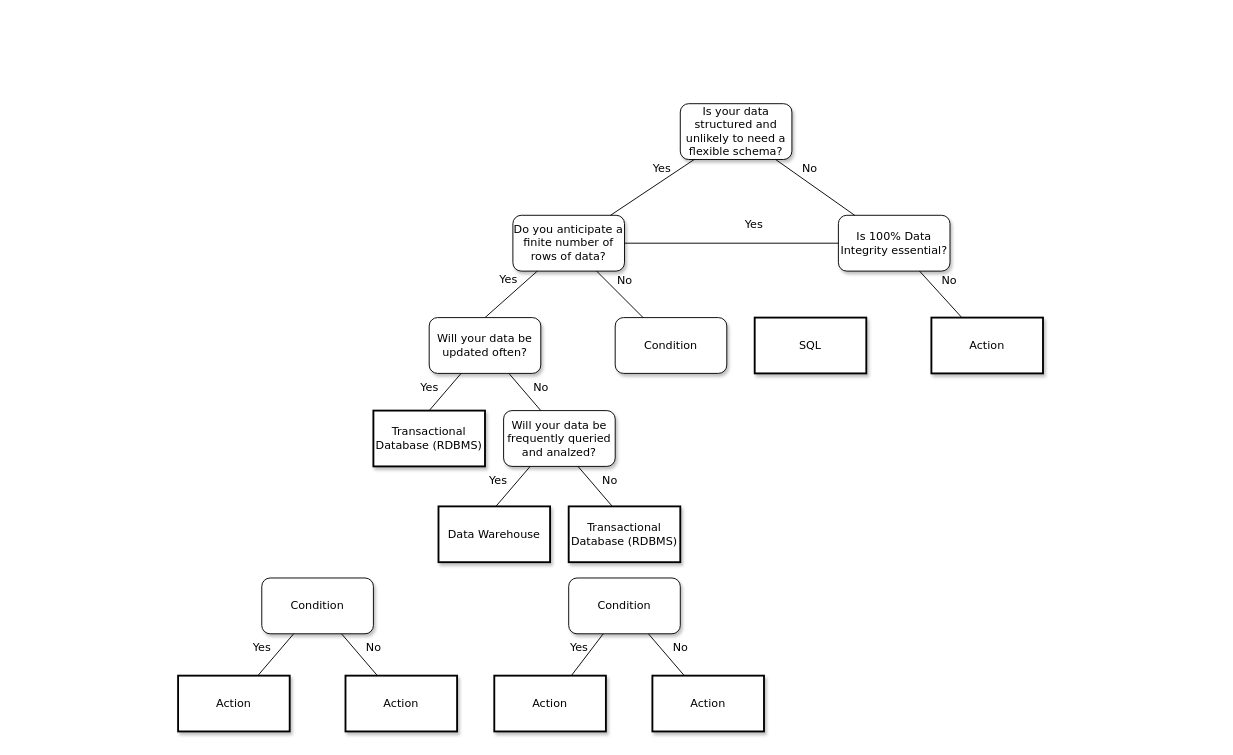
This is Greer_SQL_NoSQL.drawio from greermp/7212, a draw.io file, before an edit. Source tidied: cells renumbered, new cells numbered last; positions are measured from the earlier drawing's top-left corner, leaving out a move shared by most shapes. Both pictures are drawn from the tidied source at 93%, with x=0, y=0 at pixel (178, 103).
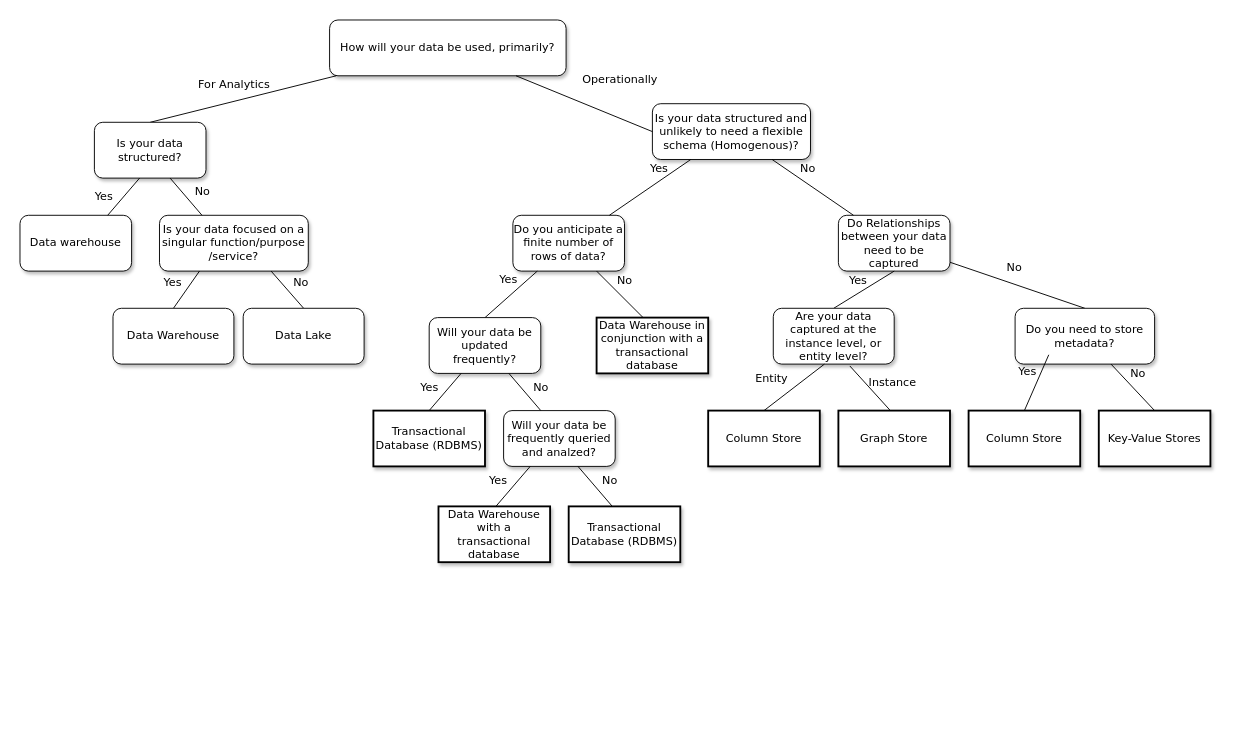
After the change.

Unchanged cells that the change refers to:
```xml
<mxCell id="3" value="&lt;span&gt;Do you anticipate a finite number of rows of data?&lt;/span&gt;" style="whiteSpace=wrap;html=1;rounded=1;shadow=1;labelBackgroundColor=none;strokeWidth=1;fontFamily=Verdana;fontSize=12;align=center;" parent="1" vertex="1">
  <mxGeometry x="360" y="120" width="120" height="60" as="geometry" />
</mxCell>
```

Diff of the diagram source:
```diff
@@
-    <mxCell id="2" value="Is your data structured and unlikely to need a flexible schema?" style="whiteSpace=wrap;html=1;rounded=1;shadow=1;labelBackgroundColor=none;strokeWidth=1;fontFamily=Verdana;fontSize=12;align=center;" parent="1" vertex="1">
-      <mxGeometry x="540" width="120" height="60" as="geometry" />
+    <mxCell id="2" value="Is your data structured and unlikely to need a flexible schema (Homogenous)?" style="whiteSpace=wrap;html=1;rounded=1;shadow=1;labelBackgroundColor=none;strokeWidth=1;fontFamily=Verdana;fontSize=12;align=center;" parent="1" vertex="1">
+      <mxGeometry x="510" width="170" height="60" as="geometry" />
     </mxCell>
@@
-    <mxCell id="4" value="&lt;span&gt;Is 100% Data Integrity essential?&lt;/span&gt;" style="whiteSpace=wrap;html=1;rounded=1;shadow=1;labelBackgroundColor=none;strokeWidth=1;fontFamily=Verdana;fontSize=12;align=center;" parent="1" vertex="1">
+    <mxCell id="4" value="&lt;span&gt;Do Relationships between your data need to be captured&lt;/span&gt;" style="whiteSpace=wrap;html=1;rounded=1;shadow=1;labelBackgroundColor=none;strokeWidth=1;fontFamily=Verdana;fontSize=12;align=center;" parent="1" vertex="1">
       <mxGeometry x="710" y="120" width="120" height="60" as="geometry" />
     </mxCell>
@@
-    <mxCell id="7" value="&lt;span&gt;Condition&lt;/span&gt;" style="whiteSpace=wrap;html=1;rounded=1;shadow=1;labelBackgroundColor=none;strokeWidth=1;fontFamily=Verdana;fontSize=12;align=center;" parent="1" vertex="1">
-      <mxGeometry x="470" y="230" width="120" height="60" as="geometry" />
-    </mxCell>
-    <mxCell id="8" value="&lt;span&gt;SQL&lt;/span&gt;" style="whiteSpace=wrap;html=1;rounded=0;shadow=1;labelBackgroundColor=none;strokeWidth=2;fontFamily=Verdana;fontSize=12;align=center;" parent="1" vertex="1">
-      <mxGeometry x="620" y="230" width="120" height="60" as="geometry" />
-    </mxCell>
-    <mxCell id="9" value="&lt;span&gt;Action&lt;/span&gt;" style="whiteSpace=wrap;html=1;rounded=0;shadow=1;labelBackgroundColor=none;strokeWidth=2;fontFamily=Verdana;fontSize=12;align=center;" parent="1" vertex="1">
-      <mxGeometry x="810" y="230" width="120" height="60" as="geometry" />
-    </mxCell>
-    <mxCell id="10" value="&lt;span&gt;Condition&lt;/span&gt;" style="whiteSpace=wrap;html=1;rounded=1;shadow=1;labelBackgroundColor=none;strokeWidth=1;fontFamily=Verdana;fontSize=12;align=center;" parent="1" vertex="1">
-      <mxGeometry x="90" y="510" width="120" height="60" as="geometry" />
+    <mxCell id="10" value="&lt;span&gt;How will your data be used, primarily?&lt;/span&gt;" style="whiteSpace=wrap;html=1;rounded=1;shadow=1;labelBackgroundColor=none;strokeWidth=1;fontFamily=Verdana;fontSize=12;align=center;" parent="1" vertex="1">
+      <mxGeometry x="162.9" y="-90" width="254.3" height="60" as="geometry" />
     </mxCell>
-    <mxCell id="11" value="&lt;span&gt;Condition&lt;/span&gt;" style="whiteSpace=wrap;html=1;rounded=1;shadow=1;labelBackgroundColor=none;strokeWidth=1;fontFamily=Verdana;fontSize=12;align=center;" parent="1" vertex="1">
-      <mxGeometry x="420" y="510" width="120" height="60" as="geometry" />
-    </mxCell>
@@
-    <mxCell id="13" value="No" style="rounded=0;html=1;labelBackgroundColor=none;startArrow=none;startFill=0;startSize=5;endArrow=none;endFill=0;endSize=5;jettySize=auto;strokeWidth=1;fontFamily=Verdana;fontSize=12;" parent="1" edge="1" source="3" target="7">
-      <mxGeometry x="-0.2" y="14" relative="1" as="geometry" />
+    <mxCell id="13" value="No" style="rounded=0;html=1;labelBackgroundColor=none;startArrow=none;startFill=0;startSize=5;endArrow=none;endFill=0;endSize=5;jettySize=auto;strokeWidth=1;fontFamily=Verdana;fontSize=12;" parent="1" edge="1" source="3">
+      <mxGeometry x="-0.2" y="14" relative="1" as="geometry">
+        <mxPoint x="500" y="230" as="targetPoint" />
+      </mxGeometry>
     </mxCell>
-    <mxCell id="14" value="Yes" style="rounded=0;html=1;labelBackgroundColor=none;startArrow=none;startFill=0;startSize=5;endArrow=none;endFill=0;endSize=5;jettySize=auto;strokeWidth=1;fontFamily=Verdana;fontSize=12;entryX=1;entryY=0.5;entryDx=0;entryDy=0;" parent="1" edge="1" source="4" target="3">
-      <mxGeometry x="-0.22" y="-20" relative="1" as="geometry">
-        <Array as="points">
-          <mxPoint x="630" y="150" />
-        </Array>
-        <mxPoint x="-1" as="offset" />
-      </mxGeometry>
-    </mxCell>
-    <mxCell id="15" value="No" style="rounded=0;html=1;labelBackgroundColor=none;startArrow=none;startFill=0;startSize=5;endArrow=none;endFill=0;endSize=5;jettySize=auto;strokeWidth=1;fontFamily=Verdana;fontSize=12;" parent="1" edge="1" source="4" target="9">
+    <mxCell id="15" value="No" style="rounded=0;html=1;labelBackgroundColor=none;startArrow=none;startFill=0;startSize=5;endArrow=none;endFill=0;endSize=5;jettySize=auto;strokeWidth=1;fontFamily=Verdana;fontSize=12;entryX=0.5;entryY=0;entryDx=0;entryDy=0;" parent="1" edge="1" source="4" target="42">
       <mxGeometry x="-0.13" y="17" relative="1" as="geometry" />
     </mxCell>
-    <mxCell id="16" value="Action" style="whiteSpace=wrap;html=1;rounded=0;shadow=1;labelBackgroundColor=none;strokeWidth=2;fontFamily=Verdana;fontSize=12;align=center;" parent="1" vertex="1">
-      <mxGeometry y="615" width="120" height="60" as="geometry" />
-    </mxCell>
-    <mxCell id="17" value="&lt;span&gt;Action&lt;/span&gt;" style="whiteSpace=wrap;html=1;rounded=0;shadow=1;labelBackgroundColor=none;strokeWidth=2;fontFamily=Verdana;fontSize=12;align=center;" parent="1" vertex="1">
-      <mxGeometry x="180" y="615" width="120" height="60" as="geometry" />
-    </mxCell>
-    <mxCell id="18" value="&lt;span&gt;Action&lt;/span&gt;" style="whiteSpace=wrap;html=1;rounded=0;shadow=1;labelBackgroundColor=none;strokeWidth=2;fontFamily=Verdana;fontSize=12;align=center;" parent="1" vertex="1">
-      <mxGeometry x="340" y="615" width="120" height="60" as="geometry" />
-    </mxCell>
-    <mxCell id="19" value="&lt;span&gt;Action&lt;/span&gt;" style="whiteSpace=wrap;html=1;rounded=0;shadow=1;labelBackgroundColor=none;strokeWidth=2;fontFamily=Verdana;fontSize=12;align=center;" parent="1" vertex="1">
-      <mxGeometry x="510" y="615" width="120" height="60" as="geometry" />
-    </mxCell>
-    <mxCell id="20" value="Yes" style="rounded=0;html=1;labelBackgroundColor=none;startArrow=none;startFill=0;startSize=5;endArrow=none;endFill=0;endSize=5;jettySize=auto;strokeWidth=1;fontFamily=Verdana;fontSize=12;" parent="1" edge="1" source="10" target="16">
-      <mxGeometry x="0.14" y="-16" relative="1" as="geometry" />
+    <mxCell id="20" value="For Analytics" style="rounded=0;html=1;labelBackgroundColor=none;startArrow=none;startFill=0;startSize=5;endArrow=none;endFill=0;endSize=5;jettySize=auto;strokeWidth=1;fontFamily=Verdana;fontSize=12;entryX=0.5;entryY=0;entryDx=0;entryDy=0;" parent="1" edge="1" source="10" target="34">
+      <mxGeometry x="0.06" y="-17" relative="1" as="geometry" />
     </mxCell>
-    <mxCell id="21" value="No" style="rounded=0;html=1;labelBackgroundColor=none;startArrow=none;startFill=0;startSize=5;endArrow=none;endFill=0;endSize=5;jettySize=auto;strokeWidth=1;fontFamily=Verdana;fontSize=12;" parent="1" edge="1" source="10" target="17">
-      <mxGeometry x="0.14" y="16" relative="1" as="geometry" />
+    <mxCell id="21" value="Operationally" style="rounded=0;html=1;labelBackgroundColor=none;startArrow=none;startFill=0;startSize=5;endArrow=none;endFill=0;endSize=5;jettySize=auto;strokeWidth=1;fontFamily=Verdana;fontSize=12;entryX=0;entryY=0.5;entryDx=0;entryDy=0;" parent="1" edge="1" source="10" target="2">
+      <mxGeometry x="0.34" y="39" relative="1" as="geometry">
+        <mxPoint x="-1" as="offset" />
+      </mxGeometry>
     </mxCell>
-    <mxCell id="22" value="Yes" style="rounded=0;html=1;labelBackgroundColor=none;startArrow=none;startFill=0;startSize=5;endArrow=none;endFill=0;endSize=5;jettySize=auto;strokeWidth=1;fontFamily=Verdana;fontSize=12;" parent="1" edge="1" source="11" target="18">
-      <mxGeometry y="-12" relative="1" as="geometry" />
-    </mxCell>
-    <mxCell id="23" value="No" style="rounded=0;html=1;labelBackgroundColor=none;startArrow=none;startFill=0;startSize=5;endArrow=none;endFill=0;endSize=5;jettySize=auto;strokeWidth=1;fontFamily=Verdana;fontSize=12;" parent="1" edge="1" source="11" target="19">
-      <mxGeometry x="0.14" y="16" relative="1" as="geometry" />
-    </mxCell>
-    <mxCell id="24" value="&lt;span&gt;Will your data be updated often?&lt;/span&gt;" style="whiteSpace=wrap;html=1;rounded=1;shadow=1;labelBackgroundColor=none;strokeWidth=1;fontFamily=Verdana;fontSize=12;align=center;" parent="1" vertex="1">
+    <mxCell id="24" value="&lt;span&gt;Will your data be updated frequently?&lt;/span&gt;" style="whiteSpace=wrap;html=1;rounded=1;shadow=1;labelBackgroundColor=none;strokeWidth=1;fontFamily=Verdana;fontSize=12;align=center;" parent="1" vertex="1">
       <mxGeometry x="270" y="230" width="120" height="60" as="geometry" />
     </mxCell>
@@
-    <mxCell id="32" value="Data Warehouse" style="whiteSpace=wrap;html=1;rounded=0;shadow=1;labelBackgroundColor=none;strokeWidth=2;fontFamily=Verdana;fontSize=12;align=center;" parent="1" vertex="1">
+    <mxCell id="32" value="Data Warehouse with a transactional database" style="whiteSpace=wrap;html=1;rounded=0;shadow=1;labelBackgroundColor=none;strokeWidth=2;fontFamily=Verdana;fontSize=12;align=center;" parent="1" vertex="1">
       <mxGeometry x="280" y="433" width="120" height="60" as="geometry" />
     </mxCell>
+    <mxCell id="33" value="Data Warehouse in conjunction with a transactional database" style="whiteSpace=wrap;html=1;rounded=0;shadow=1;labelBackgroundColor=none;strokeWidth=2;fontFamily=Verdana;fontSize=12;align=center;" parent="1" vertex="1">
+      <mxGeometry x="450" y="230" width="120" height="60" as="geometry" />
+    </mxCell>
+    <mxCell id="34" value="Is your data structured?" style="whiteSpace=wrap;html=1;rounded=1;shadow=1;labelBackgroundColor=none;strokeWidth=1;fontFamily=Verdana;fontSize=12;align=center;" parent="1" vertex="1">
+      <mxGeometry x="-90" y="20" width="120" height="60" as="geometry" />
+    </mxCell>
+    <mxCell id="35" value="Yes" style="rounded=0;html=1;labelBackgroundColor=none;startArrow=none;startFill=0;startSize=5;endArrow=none;endFill=0;endSize=5;jettySize=auto;strokeWidth=1;fontFamily=Verdana;fontSize=12;entryX=0.5;entryY=0;entryDx=0;entryDy=0;" parent="1" edge="1" target="39">
+      <mxGeometry x="0.31" y="-17" relative="1" as="geometry">
+        <mxPoint x="30" y="170" as="sourcePoint" />
+        <mxPoint x="1" as="offset" />
+      </mxGeometry>
+    </mxCell>
+    <mxCell id="22" value="Yes" style="rounded=0;html=1;labelBackgroundColor=none;startArrow=none;startFill=0;startSize=5;endArrow=none;endFill=0;endSize=5;jettySize=auto;orthogonalLoop=1;strokeWidth=1;fontFamily=Verdana;fontSize=12;" parent="1" edge="1">
+      <mxGeometry x="0.36" y="-16" relative="1" as="geometry">
+        <mxPoint x="-41.4" y="80" as="sourcePoint" />
+        <mxPoint x="-80" y="125" as="targetPoint" />
+      </mxGeometry>
+    </mxCell>
+    <mxCell id="36" value="No" style="rounded=0;html=1;labelBackgroundColor=none;startArrow=none;startFill=0;startSize=5;endArrow=none;endFill=0;endSize=5;jettySize=auto;strokeWidth=1;fontFamily=Verdana;fontSize=12;entryX=0.5;entryY=0;entryDx=0;entryDy=0;exitX=0.75;exitY=1;exitDx=0;exitDy=0;" parent="1" edge="1" source="40" target="38">
+      <mxGeometry x="0.14" y="16" relative="1" as="geometry" />
+    </mxCell>
+    <mxCell id="37" value="&lt;span&gt;Data warehouse&lt;/span&gt;" style="whiteSpace=wrap;html=1;rounded=1;shadow=1;labelBackgroundColor=none;strokeWidth=1;fontFamily=Verdana;fontSize=12;align=center;" parent="1" vertex="1">
+      <mxGeometry x="-170" y="120" width="120" height="60" as="geometry" />
+    </mxCell>
+    <mxCell id="23" value="No" style="rounded=0;html=1;labelBackgroundColor=none;startArrow=none;startFill=0;startSize=5;endArrow=none;endFill=0;endSize=5;jettySize=auto;orthogonalLoop=1;strokeWidth=1;fontFamily=Verdana;fontSize=12;" parent="1" edge="1">
+      <mxGeometry x="0.14" y="16" relative="1" as="geometry">
+        <mxPoint x="-8.6" y="80" as="sourcePoint" />
+        <mxPoint x="30" y="125" as="targetPoint" />
+      </mxGeometry>
+    </mxCell>
+    <mxCell id="38" value="&lt;span&gt;Data Lake&lt;/span&gt;" style="whiteSpace=wrap;html=1;rounded=1;shadow=1;labelBackgroundColor=none;strokeWidth=1;fontFamily=Verdana;fontSize=12;align=center;" parent="1" vertex="1">
+      <mxGeometry x="70" y="220" width="130" height="60" as="geometry" />
+    </mxCell>
+    <mxCell id="39" value="&lt;span&gt;Data Warehouse&lt;/span&gt;" style="whiteSpace=wrap;html=1;rounded=1;shadow=1;labelBackgroundColor=none;strokeWidth=1;fontFamily=Verdana;fontSize=12;align=center;" parent="1" vertex="1">
+      <mxGeometry x="-70" y="220" width="130" height="60" as="geometry" />
+    </mxCell>
+    <mxCell id="40" value="&lt;span&gt;Is your data focused on a singular function/purpose /service?&lt;/span&gt;" style="whiteSpace=wrap;html=1;rounded=1;shadow=1;labelBackgroundColor=none;strokeWidth=1;fontFamily=Verdana;fontSize=12;align=center;" parent="1" vertex="1">
+      <mxGeometry x="-20" y="120" width="160" height="60" as="geometry" />
+    </mxCell>
+    <mxCell id="41" value="Yes" style="rounded=0;html=1;labelBackgroundColor=none;startArrow=none;startFill=0;startSize=5;endArrow=none;endFill=0;endSize=5;jettySize=auto;strokeWidth=1;fontFamily=Verdana;fontSize=12;exitX=0.5;exitY=1;exitDx=0;exitDy=0;entryX=0.5;entryY=0;entryDx=0;entryDy=0;" parent="1" edge="1" source="4" target="43">
+      <mxGeometry y="-12" relative="1" as="geometry" />
+    </mxCell>
+    <mxCell id="42" value="&lt;span&gt;Do you need to store metadata?&lt;/span&gt;" style="whiteSpace=wrap;html=1;rounded=1;shadow=1;labelBackgroundColor=none;strokeWidth=1;fontFamily=Verdana;fontSize=12;align=center;" parent="1" vertex="1">
+      <mxGeometry x="900" y="220" width="150" height="60" as="geometry" />
+    </mxCell>
+    <mxCell id="43" value="&lt;span&gt;Are your data captured at the instance level, or entity level?&lt;/span&gt;" style="whiteSpace=wrap;html=1;rounded=1;shadow=1;labelBackgroundColor=none;strokeWidth=1;fontFamily=Verdana;fontSize=12;align=center;" parent="1" vertex="1">
+      <mxGeometry x="640" y="220" width="130" height="60" as="geometry" />
+    </mxCell>
+    <mxCell id="44" value="Instance" style="rounded=0;html=1;labelBackgroundColor=none;startArrow=none;startFill=0;startSize=5;endArrow=none;endFill=0;endSize=5;jettySize=auto;orthogonalLoop=1;strokeWidth=1;fontFamily=Verdana;fontSize=12;" parent="1" edge="1">
+      <mxGeometry x="0.3" y="22" relative="1" as="geometry">
+        <mxPoint x="722.3" y="282" as="sourcePoint" />
+        <mxPoint x="767.7" y="332" as="targetPoint" />
+      </mxGeometry>
+    </mxCell>
+    <mxCell id="45" value="Entity" style="rounded=0;html=1;labelBackgroundColor=none;startArrow=none;startFill=0;startSize=5;endArrow=none;endFill=0;endSize=5;jettySize=auto;strokeWidth=1;fontFamily=Verdana;fontSize=12;exitX=0.5;exitY=1;exitDx=0;exitDy=0;entryX=0.5;entryY=0;entryDx=0;entryDy=0;" parent="1" edge="1" target="47">
+      <mxGeometry x="0.34" y="-22" relative="1" as="geometry">
+        <mxPoint x="695" y="280" as="sourcePoint" />
+      </mxGeometry>
+    </mxCell>
+    <mxCell id="46" value="Graph Store" style="whiteSpace=wrap;html=1;rounded=0;shadow=1;labelBackgroundColor=none;strokeWidth=2;fontFamily=Verdana;fontSize=12;align=center;" parent="1" vertex="1">
+      <mxGeometry x="710" y="330" width="120" height="60" as="geometry" />
+    </mxCell>
+    <mxCell id="47" value="Column Store" style="whiteSpace=wrap;html=1;rounded=0;shadow=1;labelBackgroundColor=none;strokeWidth=2;fontFamily=Verdana;fontSize=12;align=center;" parent="1" vertex="1">
+      <mxGeometry x="570" y="330" width="120" height="60" as="geometry" />
+    </mxCell>
+    <mxCell id="48" value="Yes" style="rounded=0;html=1;labelBackgroundColor=none;startArrow=none;startFill=0;startSize=5;endArrow=none;endFill=0;endSize=5;jettySize=auto;strokeWidth=1;fontFamily=Verdana;fontSize=12;entryX=0.5;entryY=0;entryDx=0;entryDy=0;" parent="1" edge="1" target="51">
+      <mxGeometry x="-0.2" y="-14" relative="1" as="geometry">
+        <mxPoint x="936.2" y="270" as="sourcePoint" />
+      </mxGeometry>
+    </mxCell>
+    <mxCell id="49" value="No" style="rounded=0;html=1;labelBackgroundColor=none;startArrow=none;startFill=0;startSize=5;endArrow=none;endFill=0;endSize=5;jettySize=auto;strokeWidth=1;fontFamily=Verdana;fontSize=12;entryX=0.5;entryY=0;entryDx=0;entryDy=0;" parent="1" edge="1" source="42" target="50">
+      <mxGeometry x="-0.2" y="14" relative="1" as="geometry" />
+    </mxCell>
+    <mxCell id="50" value="Key-Value Stores" style="whiteSpace=wrap;html=1;rounded=0;shadow=1;labelBackgroundColor=none;strokeWidth=2;fontFamily=Verdana;fontSize=12;align=center;" parent="1" vertex="1">
+      <mxGeometry x="990" y="330" width="120" height="60" as="geometry" />
+    </mxCell>
+    <mxCell id="51" value="Column Store" style="whiteSpace=wrap;html=1;rounded=0;shadow=1;labelBackgroundColor=none;strokeWidth=2;fontFamily=Verdana;fontSize=12;align=center;" parent="1" vertex="1">
+      <mxGeometry x="850" y="330" width="120" height="60" as="geometry" />
+    </mxCell>
```
